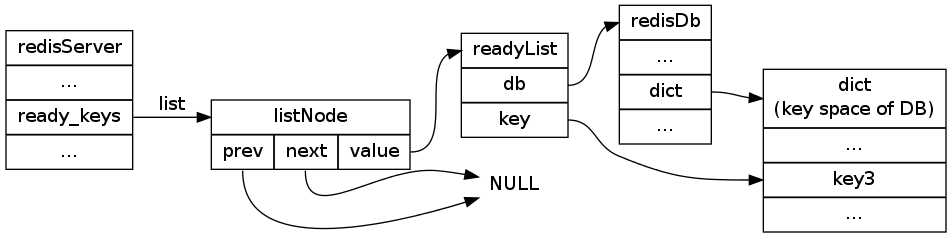
This is datatype/image/update_ready_keys.png from huangzworks/redisbook, a Graphviz export, as it was before one commit. Its source is kept beside it as datatype/image/update_ready_keys.dot.
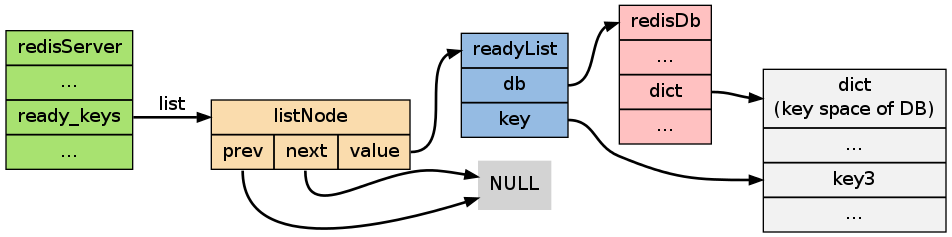
The same file after the commit.

Diff of the diagram source:
```diff
@@ -1,12 +1,16 @@
 digraph update_ready_keys {
+
     rankdir = LR;
-    node [shape = record];
 
-    redisServer [label = "redisServer | ... |<ready_keys> ready_keys | ..."];
+    node [shape = record, style = filled];
 
-    readyList [label = "<head>readyList |<db> db |<key> key"];
+    edge [style = bold];
 
-    listNode [label = "<head>listNode |{<prev> prev |<next> next |<value> value} "];
+    redisServer [label = "redisServer | ... |<ready_keys> ready_keys | ...", fillcolor = "#A8E270"];
+
+    readyList [label = "<head>readyList |<db> db |<key> key", fillcolor = "#95BBE3"];
+
+    listNode [label = "<head>listNode |{<prev> prev |<next> next |<value> value} ", fillcolor = "#FADCAD"];
 
     null [label = "NULL", shape = plaintext];
 
@@ -15,10 +19,10 @@
     listNode:prev -> null;
     listNode:value -> readyList:head;
 
-    redisDb [label = "<head> redisDb | ... |<dict> dict | ..."];
+    redisDb [label = "<head> redisDb | ... |<dict> dict | ...", fillcolor = "#FFC1C1"];
     readyList:db -> redisDb:head;
 
-    dict [label = "<head>dict\n(key space of DB) | ... |<key3> key3 | ..."];
+    dict [label = "<head>dict\n(key space of DB) | ... |<key3> key3 | ...", fillcolor = "#F2F2F2"];
     redisDb:dict -> dict:head;
 
     readyList:key -> dict:key3;
```
